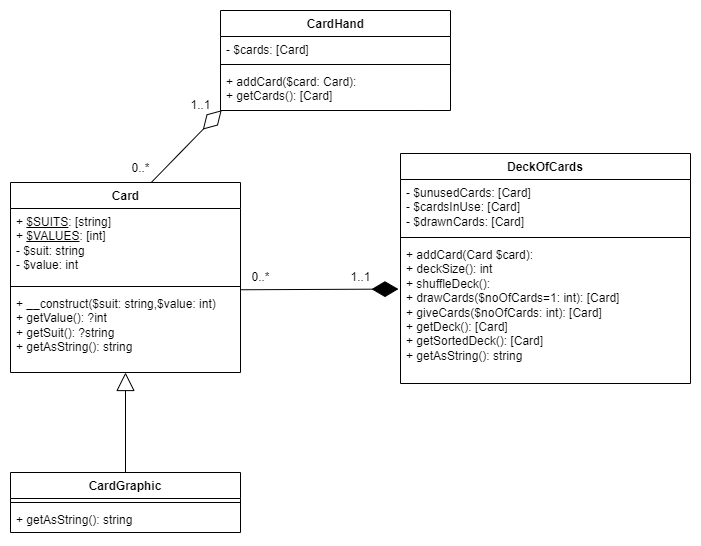
Above: public/image/kmom02_uml.png in p0ntan/mvc (draw.io), before the change. Source tidied: cells renumbered, new cells last; positions are measured from the earlier drawing's top-left corner, leaving out a move shared by most shapes.
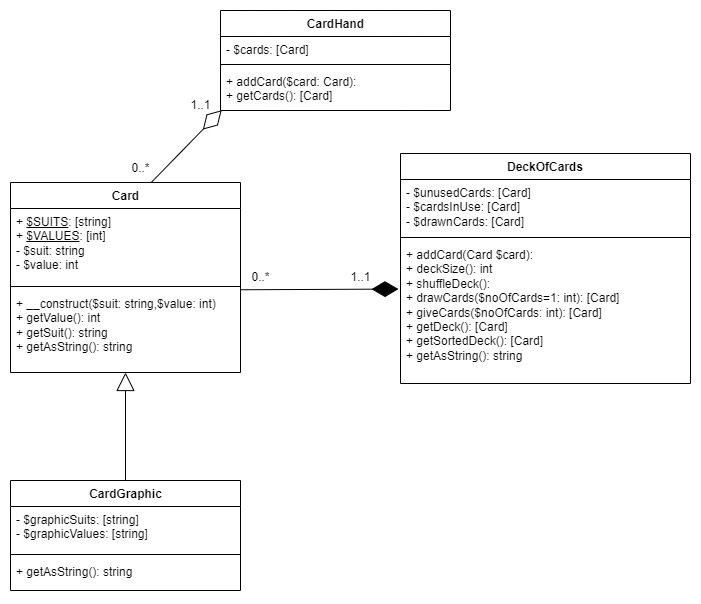
The same diagram one commit later.

The edit, as a diff of the source:
```diff
@@ -11,18 +11,9 @@
     <mxCell id="4" style="line;strokeWidth=1;fillColor=none;align=left;verticalAlign=middle;spacingTop=-1;spacingLeft=3;spacingRight=3;labelPosition=right;strokeColor=inherit;" parent="2" vertex="1">
       <mxGeometry y="100" width="230" height="8" as="geometry" />
     </mxCell>
-    <mxCell id="5" value="+ __construct($suit: string,$value: int)&lt;br&gt;+ getValue(): ?int&lt;br&gt;+ getSuit(): ?string&lt;br&gt;+ getAsString(): string" style="text;strokeColor=none;fillColor=none;align=left;verticalAlign=top;spacingLeft=4;spacingRight=4;overflow=hidden;points=[[0,0.5],[1,0.5]];portConstraint=eastwest;whiteSpace=wrap;html=1;spacing=2;spacingTop=0;spacingBottom=0;" parent="2" vertex="1">
+    <mxCell id="5" value="+ __construct($suit: string,$value: int)&lt;br&gt;+ getValue(): int&lt;br&gt;+ getSuit(): string&lt;br&gt;+ getAsString(): string" style="text;strokeColor=none;fillColor=none;align=left;verticalAlign=top;spacingLeft=4;spacingRight=4;overflow=hidden;points=[[0,0.5],[1,0.5]];portConstraint=eastwest;whiteSpace=wrap;html=1;spacing=2;spacingTop=0;spacingBottom=0;" parent="2" vertex="1">
       <mxGeometry y="108" width="230" height="82" as="geometry" />
     </mxCell>
-    <mxCell id="6" value="CardGraphic" style="swimlane;fontStyle=1;align=center;verticalAlign=top;horizontal=1;startSize=26;whiteSpace=wrap;html=1;" parent="1" vertex="1">
-      <mxGeometry y="462" width="230" height="60" as="geometry" />
-    </mxCell>
-    <mxCell id="7" style="line;strokeWidth=1;fillColor=none;align=left;verticalAlign=middle;spacingTop=-1;spacingLeft=3;spacingRight=3;labelPosition=right;strokeColor=inherit;" parent="6" vertex="1">
-      <mxGeometry y="26" width="230" height="8" as="geometry" />
-    </mxCell>
-    <mxCell id="8" value="+ getAsString(): string" style="text;strokeColor=none;fillColor=none;align=left;verticalAlign=top;spacingLeft=4;spacingRight=4;overflow=hidden;whiteSpace=wrap;html=1;spacing=2;spacingTop=0;spacingBottom=0;" parent="6" vertex="1">
-      <mxGeometry y="34" width="230" height="26" as="geometry" />
-    </mxCell>
     <mxCell id="9" style="endArrow=block;endSize=16;endFill=0;html=1;rounded=0;exitX=0.5;exitY=0;exitDx=0;exitDy=0;" parent="1" edge="1" source="6">
       <mxGeometry relative="1" as="geometry">
         <mxPoint x="115" y="362" as="targetPoint" />
@@ -70,5 +61,17 @@
     <mxCell id="23" value="1..1" style="text;html=1;align=center;verticalAlign=middle;strokeColor=none;fillColor=none;" parent="1" vertex="1">
       <mxGeometry x="330" y="252" width="40" height="30" as="geometry" />
     </mxCell>
+    <mxCell id="6" value="CardGraphic" style="swimlane;fontStyle=1;align=center;verticalAlign=top;horizontal=1;startSize=26;whiteSpace=wrap;html=1;spacingTop=0;spacing=2;spacingLeft=1;" parent="1" vertex="1">
+      <mxGeometry y="470" width="230" height="110" as="geometry" />
+    </mxCell>
+    <mxCell id="24" value="- $graphicSuits: [string]&lt;br&gt;- $graphicValues: [string]" style="text;strokeColor=none;fillColor=none;align=left;verticalAlign=top;spacingLeft=4;spacingRight=4;overflow=hidden;whiteSpace=wrap;html=1;spacing=2;spacingTop=0;" parent="6" vertex="1">
+      <mxGeometry y="26" width="230" height="44" as="geometry" />
+    </mxCell>
+    <mxCell id="25" style="line;strokeWidth=1;fillColor=none;align=left;verticalAlign=middle;spacingTop=-1;spacingLeft=3;spacingRight=3;labelPosition=right;strokeColor=inherit;" parent="6" vertex="1">
+      <mxGeometry y="70" width="230" height="8" as="geometry" />
+    </mxCell>
+    <mxCell id="8" value="+ getAsString(): string" style="text;strokeColor=none;fillColor=none;align=left;verticalAlign=top;spacingLeft=4;spacingRight=4;overflow=hidden;whiteSpace=wrap;html=1;spacing=2;spacingTop=0;spacingBottom=0;" parent="6" vertex="1">
+      <mxGeometry y="78" width="230" height="32" as="geometry" />
+    </mxCell>
   </root>
 </mxGraphModel>
```
